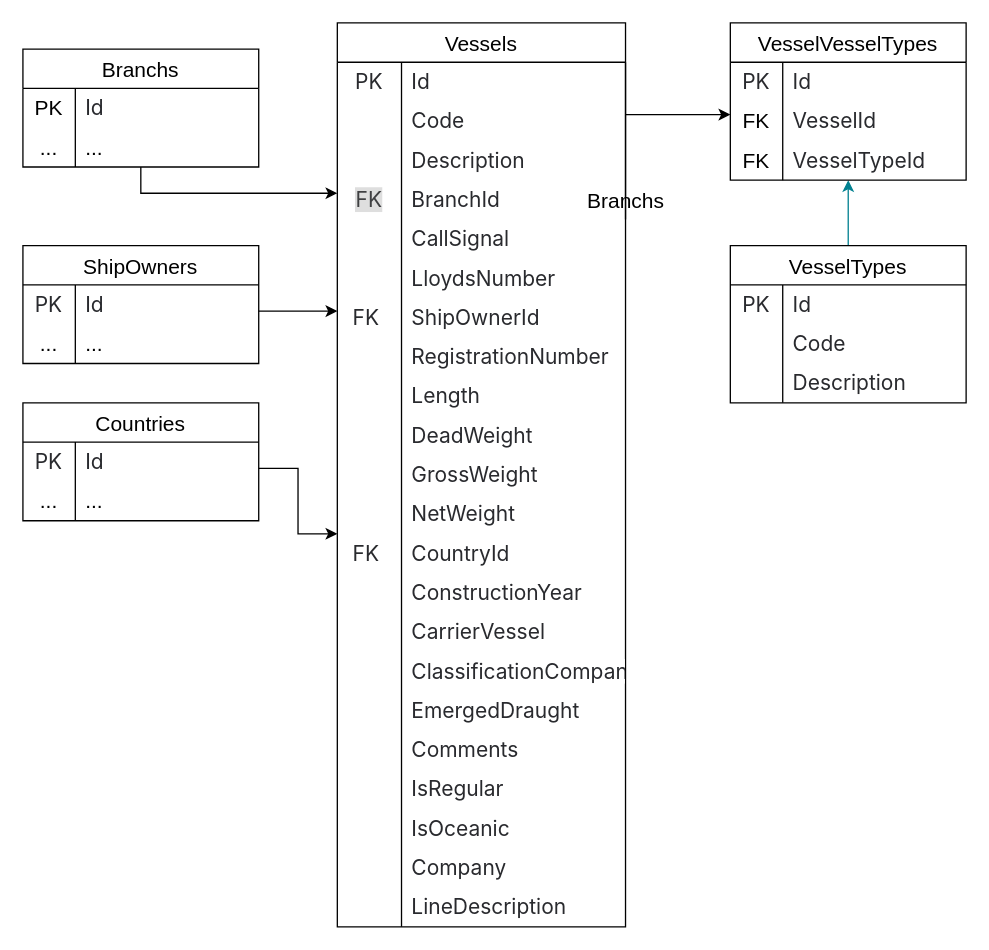
This is 105904/105904.drawio from arreyes-dev/diagrams-romeu-shipping, a draw.io file, before an edit. Source tidied: cells renumbered, new cells numbered last; positions are measured from the earlier drawing's top-left corner, leaving out a move shared by most shapes. Both pictures are drawn from the tidied source at 131%, with x=0, y=0 at pixel (22, 22).
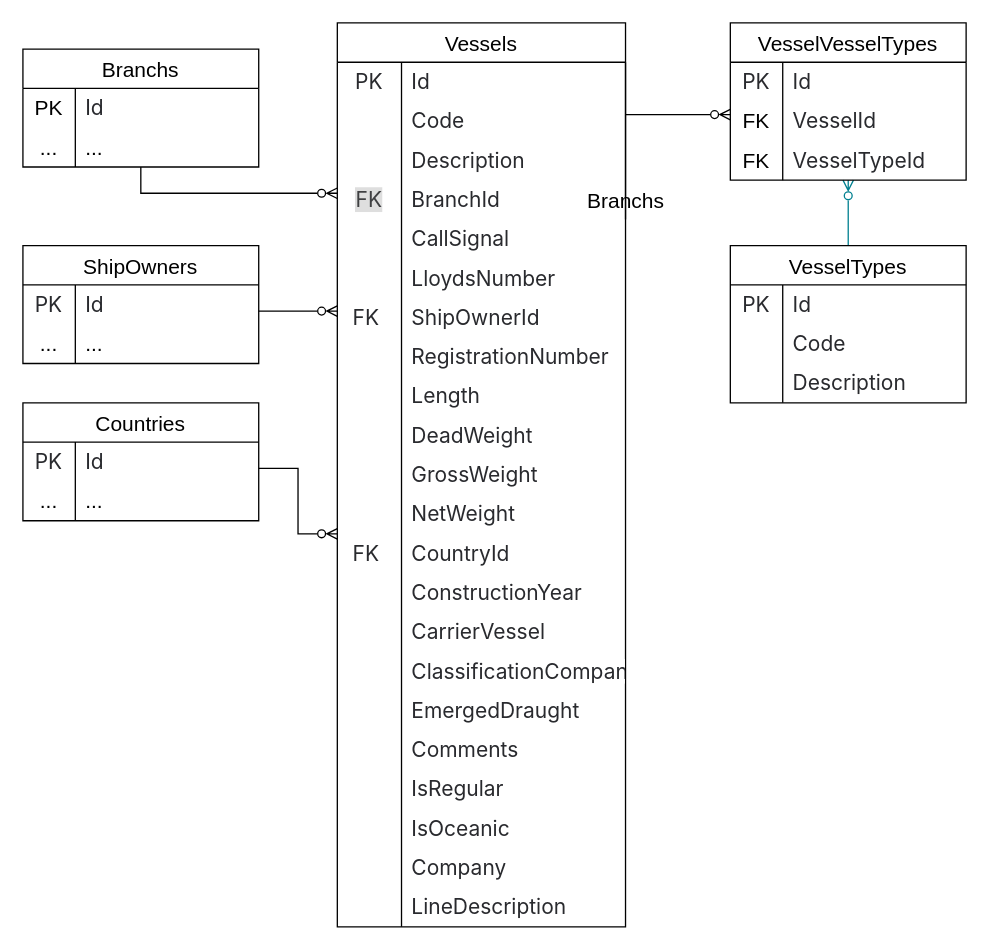
After the change.

Unchanged cells that the change refers to:
```xml
<mxCell id="6" value="Vessels" style="shape=table;startSize=30;childLayout=tableLayout;rowLines=0;fontStyle=0;strokeColor=default;fontSize=16;" parent="1" vertex="1">
  <mxGeometry x="240" width="220" height="690" as="geometry" />
</mxCell>
<mxCell id="75" value="VesselVesselTypes" style="shape=table;startSize=30;childLayout=tableLayout;rowLines=0;fontStyle=0;strokeColor=default;fontSize=16;" parent="1" vertex="1">
  <mxGeometry x="540" width="180" height="120" as="geometry" />
</mxCell>
<mxCell id="85" value="Branchs" style="shape=table;startSize=30;childLayout=tableLayout;rowLines=0;fontStyle=0;strokeColor=default;fontSize=16;" parent="1" vertex="1">
  <mxGeometry y="20" width="180" height="90" as="geometry" />
</mxCell>
<mxCell id="92" value="ShipOwners" style="shape=table;startSize=30;childLayout=tableLayout;rowLines=0;fontStyle=0;strokeColor=default;fontSize=16;" parent="1" vertex="1">
  <mxGeometry y="170" width="180" height="90" as="geometry" />
</mxCell>
<mxCell id="99" value="Countries" style="shape=table;startSize=30;childLayout=tableLayout;rowLines=0;fontStyle=0;strokeColor=default;fontSize=16;" parent="1" vertex="1">
  <mxGeometry y="290" width="180" height="90" as="geometry" />
</mxCell>
<mxCell id="106" value="VesselTypes" style="shape=table;startSize=30;childLayout=tableLayout;rowLines=0;fontStyle=0;strokeColor=default;fontSize=16;" parent="1" vertex="1">
  <mxGeometry x="540" y="170" width="180" height="120" as="geometry" />
</mxCell>
```

Diff of the diagram source:
```diff
@@
-    <mxCell id="2" style="edgeStyle=orthogonalEdgeStyle;rounded=0;jettySize=auto;html=1;strokeColor=default;" parent="1" edge="1" source="6" target="75">
+    <mxCell id="2" style="edgeStyle=orthogonalEdgeStyle;rounded=0;jettySize=auto;html=1;strokeColor=default;endArrow=ERzeroToMany;endFill=0;" parent="1" edge="1" source="6" target="75">
       <mxGeometry relative="1" as="geometry">
         <Array as="points">
           <mxPoint x="510" y="70" />
           <mxPoint x="510" y="70" />
         </Array>
       </mxGeometry>
     </mxCell>
-    <mxCell id="3" style="edgeStyle=orthogonalEdgeStyle;rounded=0;jettySize=auto;html=1;" parent="1" edge="1" source="85" target="6">
+    <mxCell id="3" style="edgeStyle=orthogonalEdgeStyle;rounded=0;jettySize=auto;html=1;endArrow=ERzeroToMany;endFill=0;" parent="1" edge="1" source="85" target="6">
       <mxGeometry relative="1" as="geometry">
         <Array as="points">
           <mxPoint x="90" y="130" />
         </Array>
       </mxGeometry>
     </mxCell>
-    <mxCell id="4" style="edgeStyle=orthogonalEdgeStyle;rounded=0;jettySize=auto;html=1;" parent="1" edge="1" source="92" target="6">
+    <mxCell id="4" style="edgeStyle=orthogonalEdgeStyle;rounded=0;jettySize=auto;html=1;endArrow=ERzeroToMany;endFill=0;" parent="1" edge="1" source="92" target="6">
       <mxGeometry relative="1" as="geometry">
         <Array as="points">
           <mxPoint x="220" y="220" />
           <mxPoint x="220" y="220" />
         </Array>
       </mxGeometry>
     </mxCell>
-    <mxCell id="5" style="edgeStyle=orthogonalEdgeStyle;rounded=0;jettySize=auto;html=1;" parent="1" edge="1" source="99" target="6">
+    <mxCell id="5" style="edgeStyle=orthogonalEdgeStyle;rounded=0;jettySize=auto;html=1;strokeColor=default;endArrow=ERzeroToMany;endFill=0;" parent="1" edge="1" source="99" target="6">
       <mxGeometry relative="1" as="geometry">
         <Array as="points">
           <mxPoint x="90" y="340" />
           <mxPoint x="210" y="340" />
           <mxPoint x="210" y="390" />
         </Array>
       </mxGeometry>
     </mxCell>
@@
-    <mxCell id="74" style="edgeStyle=orthogonalEdgeStyle;rounded=0;jettySize=auto;html=1;strokeColor=light-dark(#028090,#FFFFFF);fontColor=#E4FDE1;fillColor=#F45B69;" parent="1" edge="1" source="106" target="75">
+    <mxCell id="74" style="edgeStyle=orthogonalEdgeStyle;rounded=0;jettySize=auto;html=1;strokeColor=light-dark(#028090,#FFFFFF);fontColor=#E4FDE1;fillColor=#F45B69;endArrow=ERzeroToMany;endFill=0;" parent="1" edge="1" source="106" target="75">
       <mxGeometry relative="1" as="geometry" />
     </mxCell>
```
